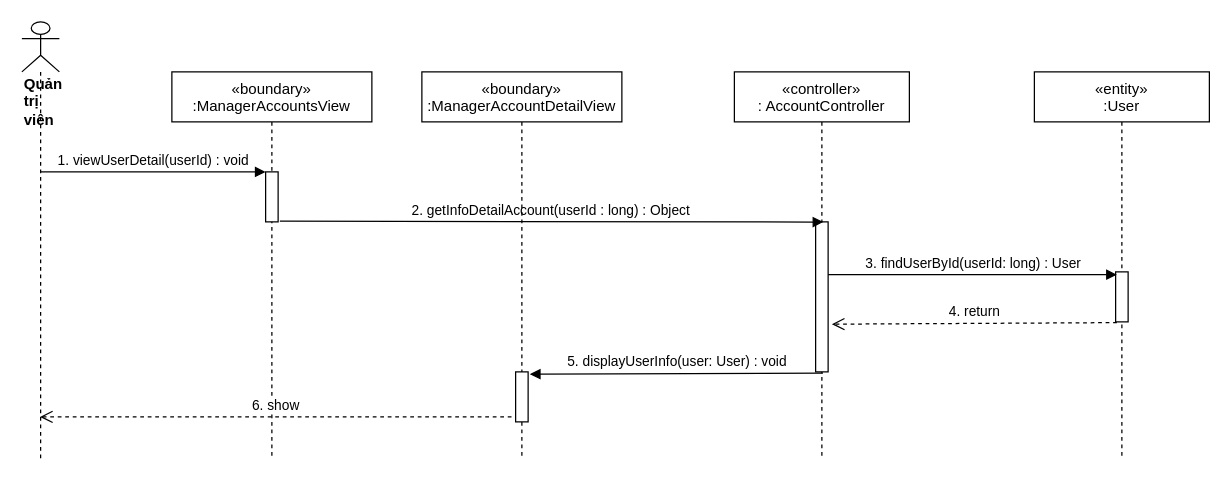
This is sequence diagram/view-UserDetail-Info-.drawio from nguyenphamvan/datn_20202, a draw.io file, before an edit. Source tidied: cells renumbered, new cells numbered last; positions are measured from the earlier drawing's top-left corner, leaving out a move shared by most shapes. Both pictures are drawn from the tidied source at 125%, with x=0, y=0 at pixel (21, 21).
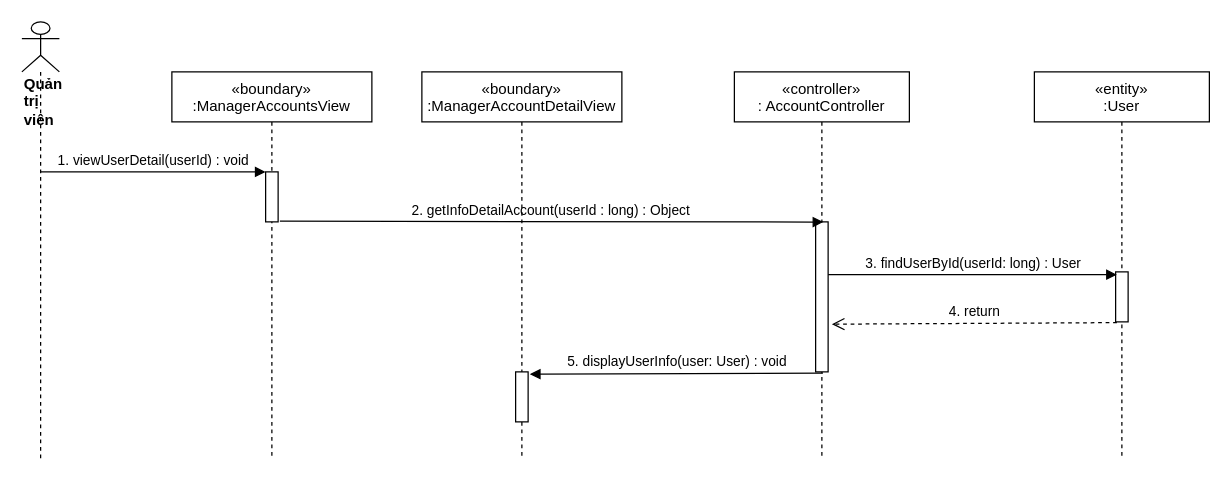
The same page after the edit.

What changed in the source:
```diff
@@
 <mxGraphModel>
   <root>
     <mxCell id="0" />
     <mxCell id="1" parent="0" />
     <mxCell id="2" value="«controller»&#10;: AccountController" style="shape=umlLifeline;perimeter=lifelinePerimeter;rounded=0;shadow=0;strokeWidth=1;" parent="1" vertex="1">
       <mxGeometry x="570" y="40" width="140" height="310" as="geometry" />
     </mxCell>
     <mxCell id="3" style="points=[];perimeter=orthogonalPerimeter;rounded=0;shadow=0;strokeWidth=1;" parent="2" vertex="1">
       <mxGeometry x="65" y="120" width="10" height="120" as="geometry" />
     </mxCell>
     <mxCell id="4" value="&lt;div&gt;&lt;b&gt;Quản trị viên&lt;/b&gt;&lt;/div&gt;" style="shape=umlLifeline;participant=umlActor;perimeter=lifelinePerimeter;whiteSpace=wrap;html=1;verticalAlign=top;spacingTop=36;outlineConnect=0;align=left;size=40;" parent="1" vertex="1">
       <mxGeometry width="30" height="350" as="geometry" />
     </mxCell>
     <mxCell id="5" value="2. getInfoDetailAccount(userId : long) : Object" style="html=1;verticalAlign=bottom;endArrow=block;entryX=0.617;entryY=0.001;entryDx=0;entryDy=0;entryPerimeter=0;exitX=1.14;exitY=0.985;exitDx=0;exitDy=0;exitPerimeter=0;" parent="1" edge="1" source="13" target="3">
       <mxGeometry relative="1" as="geometry" />
     </mxCell>
     <mxCell id="6" value="«entity»&#10;:User" style="shape=umlLifeline;perimeter=lifelinePerimeter;rounded=0;shadow=0;strokeWidth=1;" parent="1" vertex="1">
       <mxGeometry x="810" y="40" width="140" height="310" as="geometry" />
     </mxCell>
     <mxCell id="7" style="points=[];perimeter=orthogonalPerimeter;rounded=0;shadow=0;strokeWidth=1;" parent="6" vertex="1">
       <mxGeometry x="65" y="160" width="10" height="40" as="geometry" />
     </mxCell>
     <mxCell id="8" value="3. findUserById(userId: long) : User" style="html=1;verticalAlign=bottom;endArrow=block;entryX=0.1;entryY=0.055;entryDx=0;entryDy=0;entryPerimeter=0;" parent="1" edge="1" source="3" target="7">
       <mxGeometry relative="1" as="geometry" />
     </mxCell>
     <mxCell id="9" value="4. return" style="html=1;verticalAlign=bottom;endArrow=open;dashed=1;endSize=8;exitX=0.1;exitY=1.015;exitDx=0;exitDy=0;exitPerimeter=0;entryX=1.3;entryY=0.682;entryDx=0;entryDy=0;entryPerimeter=0;" parent="1" edge="1" source="7" target="3">
       <mxGeometry relative="1" as="geometry" />
     </mxCell>
     <mxCell id="10" value="«boundary»&#10;:ManagerAccountDetailView" style="shape=umlLifeline;perimeter=lifelinePerimeter;rounded=0;shadow=0;strokeWidth=1;" parent="1" vertex="1">
       <mxGeometry x="320" y="40" width="160" height="310" as="geometry" />
     </mxCell>
     <mxCell id="11" value="1. viewUserDetail(userId) : void" style="html=1;verticalAlign=bottom;endArrow=block;entryX=0;entryY=0;entryDx=0;entryDy=0;entryPerimeter=0;" parent="1" edge="1" source="4" target="13">
       <mxGeometry relative="1" as="geometry" />
     </mxCell>
     <mxCell id="12" value="«boundary»&#10;:ManagerAccountsView" style="shape=umlLifeline;perimeter=lifelinePerimeter;rounded=0;shadow=0;strokeWidth=1;" parent="1" vertex="1">
       <mxGeometry x="120" y="40" width="160" height="310" as="geometry" />
     </mxCell>
     <mxCell id="13" style="points=[];perimeter=orthogonalPerimeter;rounded=0;shadow=0;strokeWidth=1;" parent="12" vertex="1">
       <mxGeometry x="75" y="80" width="10" height="40" as="geometry" />
     </mxCell>
-    <mxCell id="14" value="&lt;font face=&quot;helvetica&quot;&gt;6. show&lt;/font&gt;" style="html=1;verticalAlign=bottom;endArrow=open;dashed=1;endSize=8;exitX=-0.082;exitY=0.9;exitDx=0;exitDy=0;exitPerimeter=0;" parent="1" edge="1" target="4">
-      <mxGeometry relative="1" as="geometry">
-        <mxPoint x="391.7" y="316" as="sourcePoint" />
-      </mxGeometry>
-    </mxCell>
     <mxCell id="15" value="&lt;span style=&quot;font-family: &amp;#34;helvetica&amp;#34;&quot;&gt;5. displayUserInfo(user: User) : void&lt;/span&gt;" style="html=1;verticalAlign=bottom;endArrow=block;exitX=0.58;exitY=1.008;exitDx=0;exitDy=0;exitPerimeter=0;entryX=1.14;entryY=0.045;entryDx=0;entryDy=0;entryPerimeter=0;" parent="1" edge="1" source="3" target="16">
       <mxGeometry relative="1" as="geometry" />
     </mxCell>
     <mxCell id="16" style="html=1;points=[];perimeter=orthogonalPerimeter;" parent="1" vertex="1">
       <mxGeometry x="395" y="280" width="10" height="40" as="geometry" />
     </mxCell>
   </root>
 </mxGraphModel>
```
